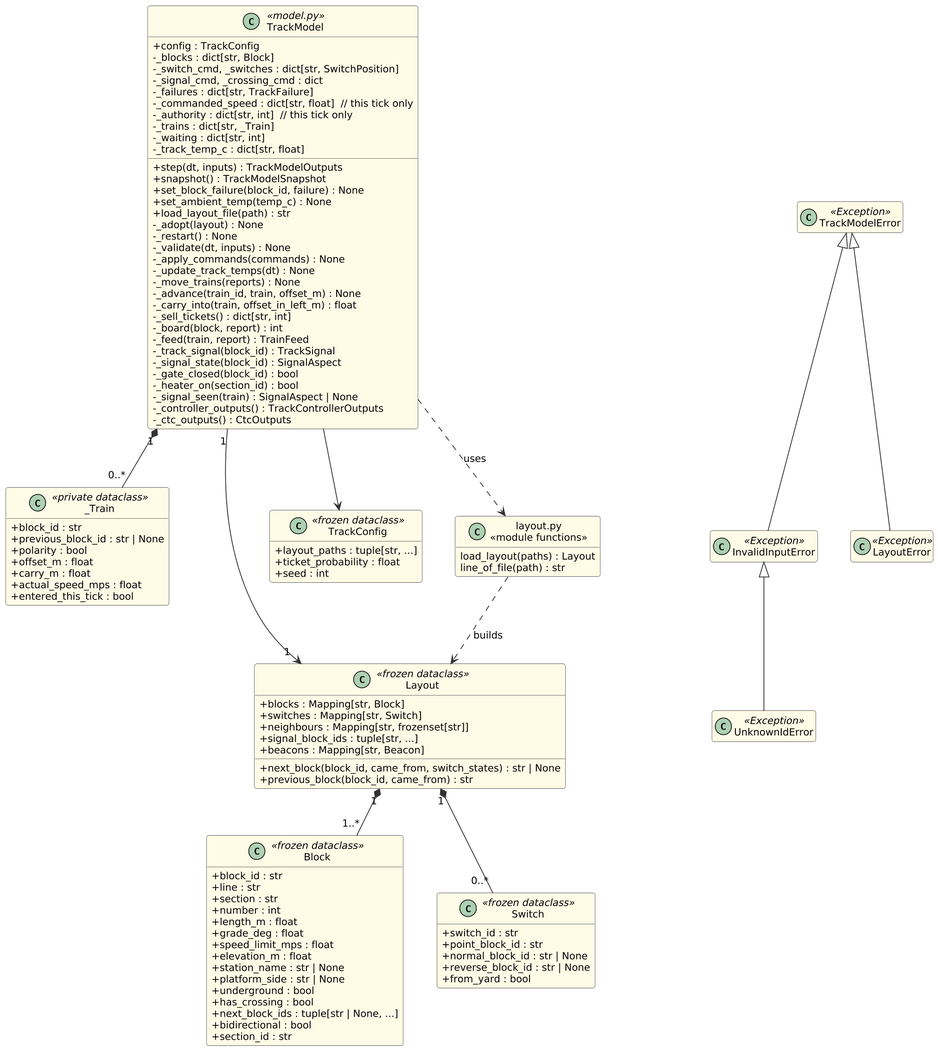
This is documents/uml/track_model/04_class_core.png from Landiss04/Track-Overflow, a PlantUML export, as it was before one commit.
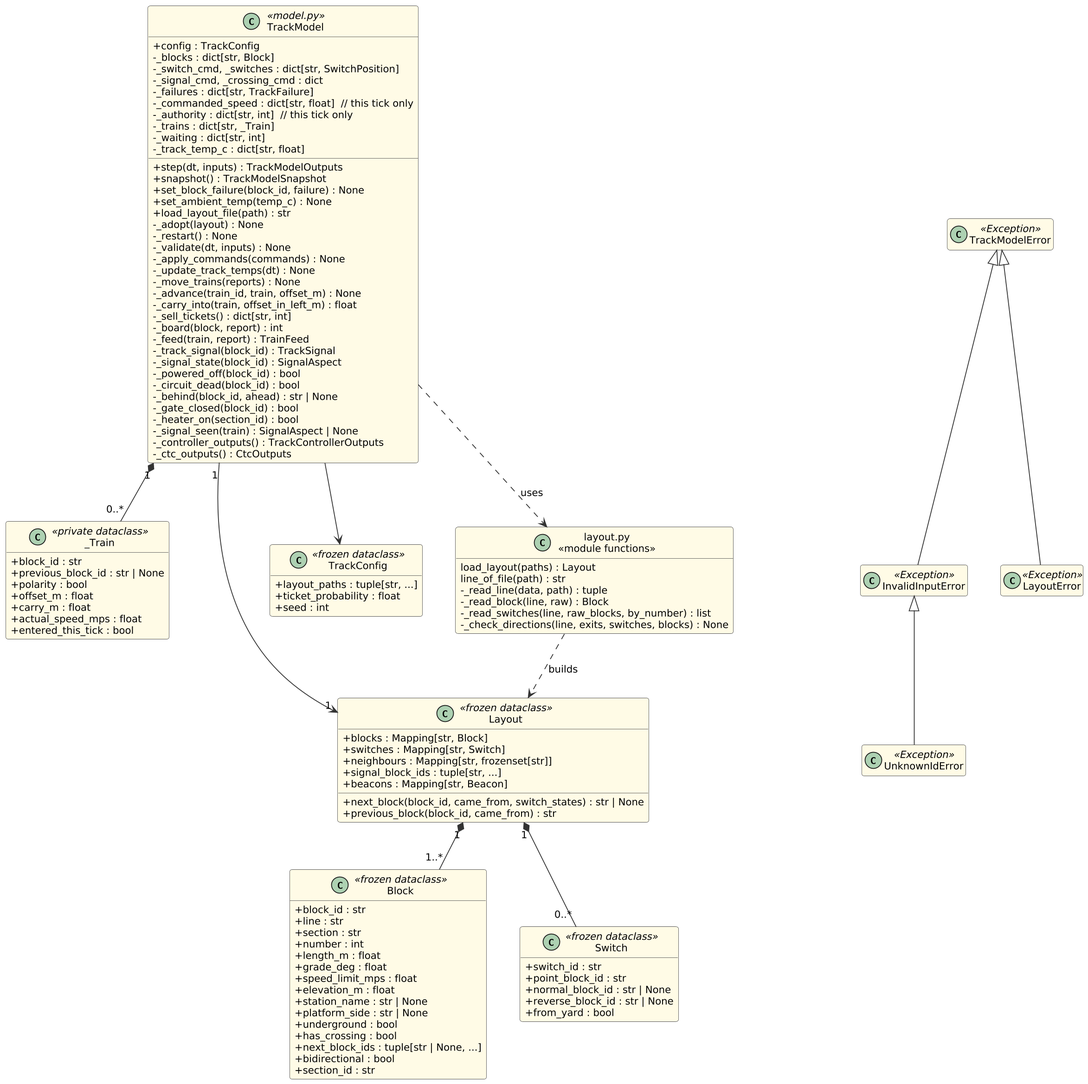
After the change.

The edit, as a diff of the source:
```diff
@@ -41,6 +41,9 @@
   -_feed(train, report) : TrainFeed
   -_track_signal(block_id) : TrackSignal
   -_signal_state(block_id) : SignalAspect
+  -_powered_off(block_id) : bool
+  -_circuit_dead(block_id) : bool
+  -_behind(block_id, ahead) : str | None
   -_gate_closed(block_id) : bool
   -_heater_on(section_id) : bool
   -_signal_seen(train) : SignalAspect | None
@@ -97,6 +100,10 @@
 class "layout.py\n<<module functions>>" as LF {
   load_layout(paths) : Layout
   line_of_file(path) : str
+  -_read_line(data, path) : tuple
+  -_read_block(line, raw) : Block
+  -_read_switches(line, raw_blocks, by_number) : list
+  -_check_directions(line, exits, switches, blocks) : None
 }
 class TrackModelError <<Exception>>
 class InvalidInputError <<Exception>>
```
